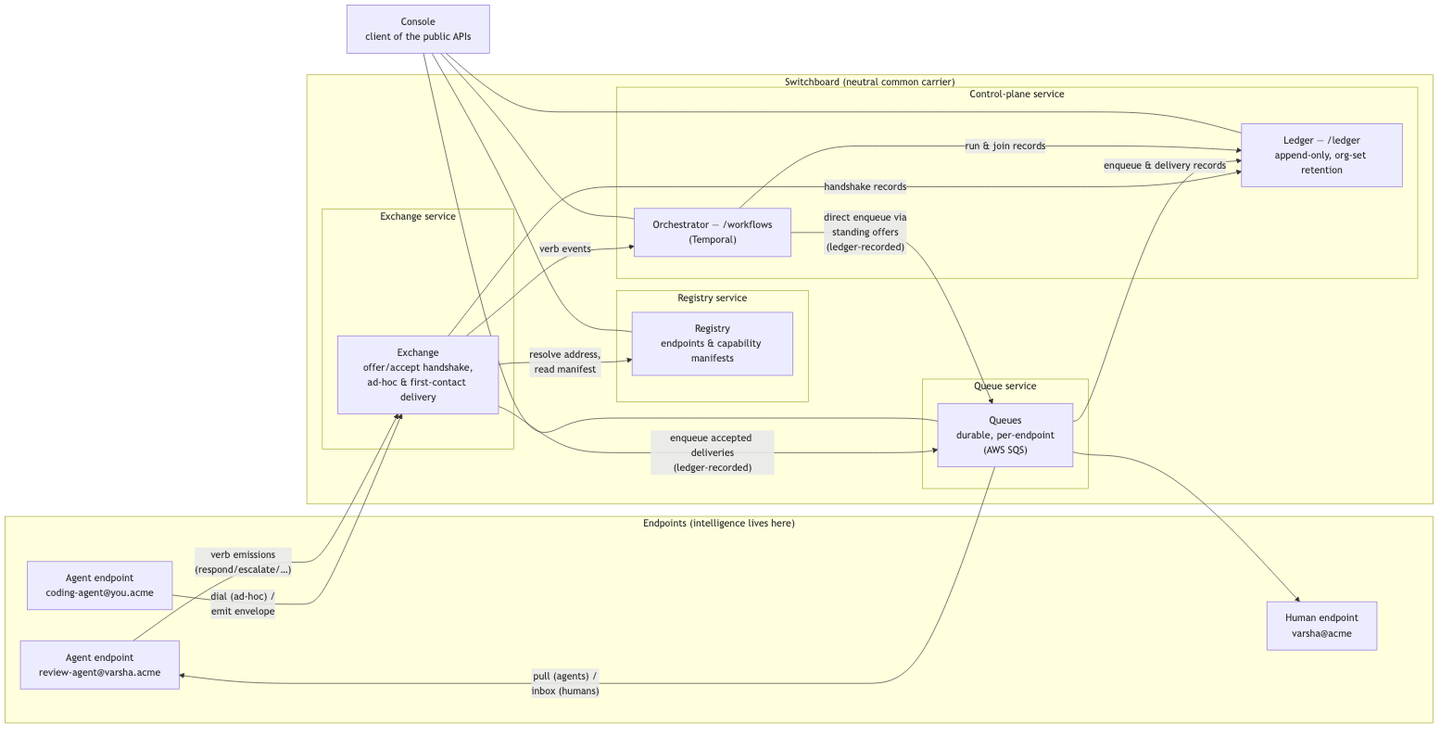
The Mermaid diagram docs/diagrams/topology.png in Mohit5047/OpenSwitchBoard, before a commit. Its source is kept beside it as docs/diagrams/topology.mmd.
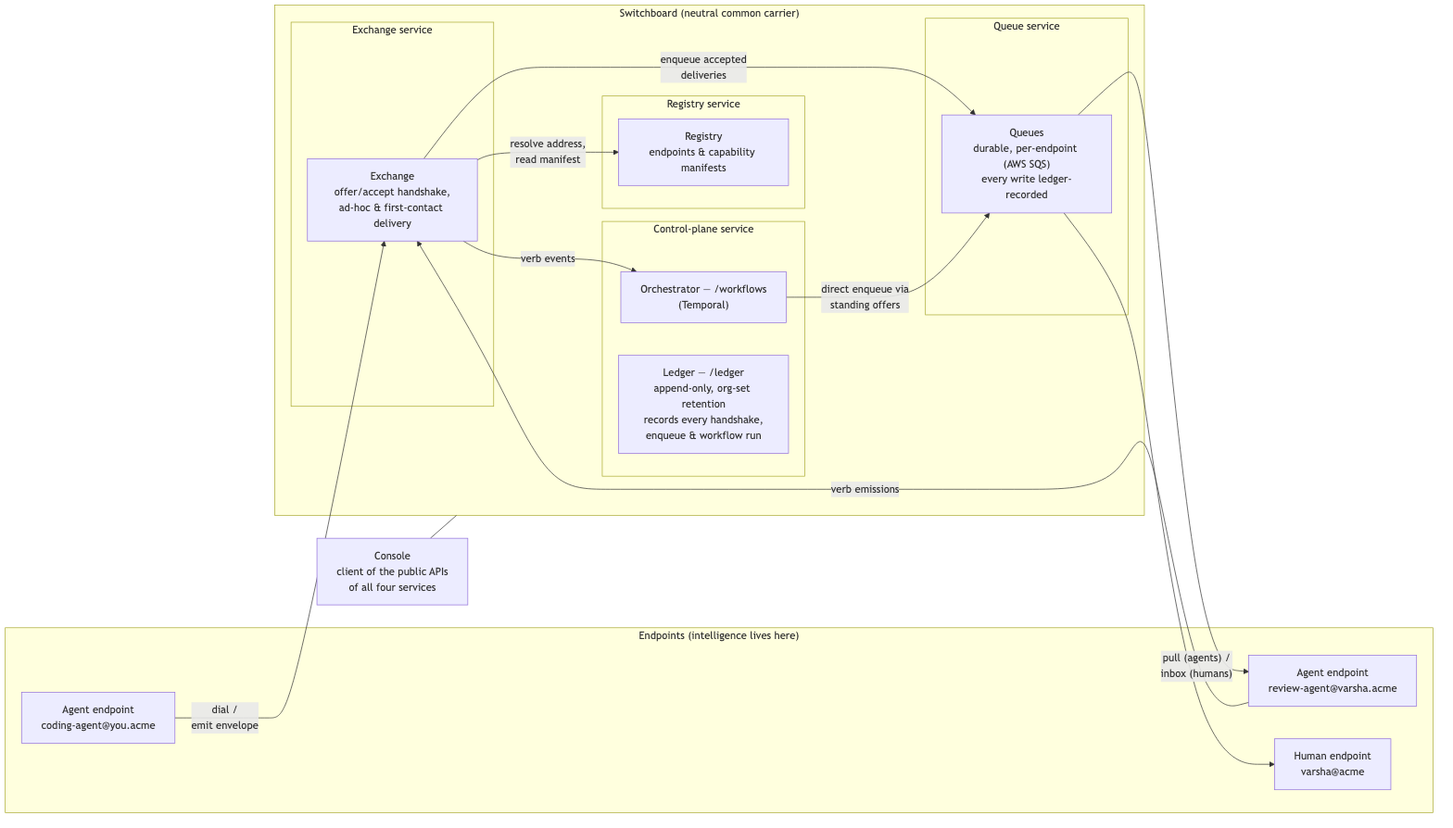
The same file after the commit.

Commit message:
Simplify topology diagram to remove arrow criss-crossing

Fold the three ledger-record edges into the Ledger and Queues node
labels, collapse the Console's four edges into a single link to the
switchboard, and keep only the core message-flow arrows.

The edit, as a diff of the source:
```diff
@@ -1,40 +1,34 @@
 flowchart LR
     subgraph Edges["Endpoints (intelligence lives here)"]
+        A2["Agent endpoint<br/>coding-agent@you.acme"]
+        A1["Agent endpoint<br/>review-agent@varsha.acme"]
         H["Human endpoint<br/>varsha@acme"]
-        A1["Agent endpoint<br/>review-agent@varsha.acme"]
-        A2["Agent endpoint<br/>coding-agent@you.acme"]
     end
 
     subgraph SB["Switchboard (neutral common carrier)"]
         subgraph XS["Exchange service"]
             X["Exchange<br/>offer/accept handshake,<br/>ad-hoc & first-contact delivery"]
         end
-        subgraph QS["Queue service"]
-            Q["Queues<br/>durable, per-endpoint<br/>(AWS SQS)"]
-        end
         subgraph RS["Registry service"]
             R["Registry<br/>endpoints & capability manifests"]
         end
+        subgraph QS["Queue service"]
+            Q["Queues<br/>durable, per-endpoint (AWS SQS)<br/>every write ledger-recorded"]
+        end
         subgraph CP["Control-plane service"]
             O["Orchestrator — /workflows<br/>(Temporal)"]
-            L["Ledger — /ledger<br/>append-only, org-set retention"]
+            L["Ledger — /ledger<br/>append-only, org-set retention<br/>records every handshake,<br/>enqueue & workflow run"]
         end
     end
 
-    C["Console<br/>client of the public APIs"]
+    C["Console<br/>client of the public APIs<br/>of all four services"]
 
-    A2 -- "dial (ad-hoc) /<br/>emit envelope" --> X
+    A2 -- "dial /<br/>emit envelope" --> X
     X -- "resolve address,<br/>read manifest" --> R
-    X -- "enqueue accepted deliveries<br/>(ledger-recorded)" --> Q
-    O -- "direct enqueue via<br/>standing offers<br/>(ledger-recorded)" --> Q
+    X -- "enqueue accepted<br/>deliveries" --> Q
+    X -- "verb events" --> O
+    O -- "direct enqueue via<br/>standing offers" --> Q
     Q -- "pull (agents) /<br/>inbox (humans)" --> A1
     Q --> H
-    A1 -- "verb emissions<br/>(respond/escalate/…)" --> X
-    X -- "verb events" --> O
-    X -- "handshake records" --> L
-    Q -- "enqueue & delivery records" --> L
-    O -- "run & join records" --> L
-    C --- R
-    C --- Q
-    C --- O
-    C --- L
+    A1 -- "verb emissions" --> X
+    C --- SB
```
